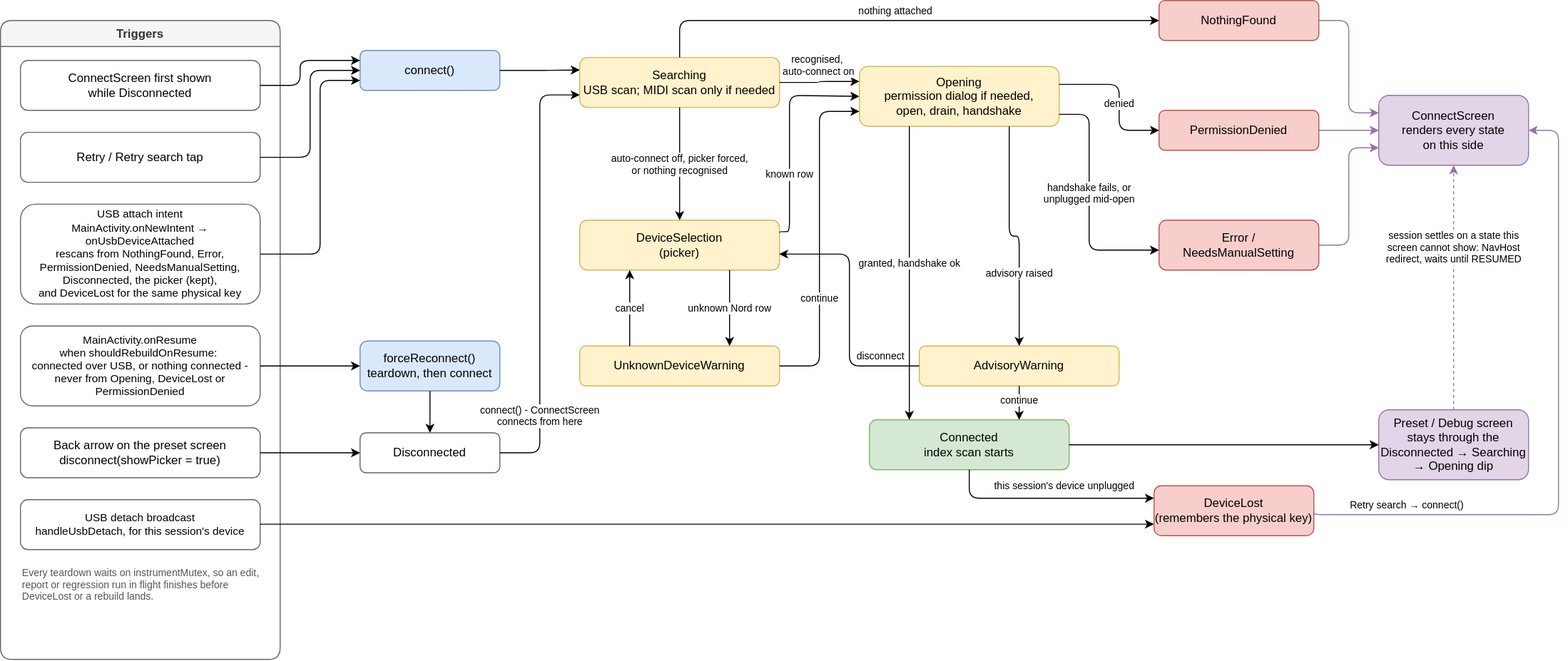
This is docs/usb_session.svg from steinachim/patchpilot, a draw.io export, as it was before one commit. Source tidied: cells renumbered, new cells last; positions are measured from the earlier drawing's top-left corner, leaving out a move shared by most shapes.
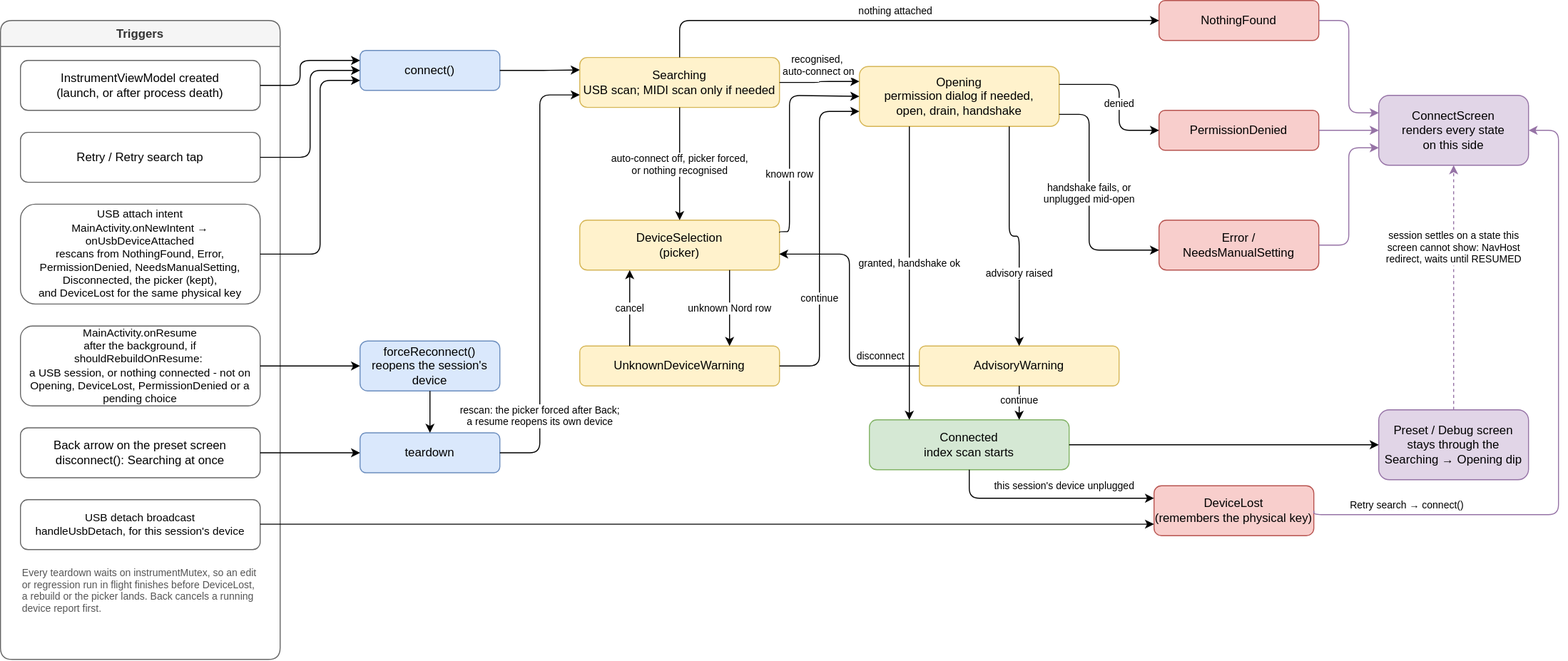
After the change.

The edit, as a diff of the source:
```diff
@@ -5,7 +5,7 @@
     <mxCell id="2" value="Triggers" style="swimlane;fontStyle=1;horizontal=1;startSize=26;fillColor=#f5f5f5;strokeColor=#666666;fontColor=#333333;rounded=1;" parent="1" vertex="1">
       <mxGeometry y="20" width="280" height="640" as="geometry" />
     </mxCell>
-    <mxCell id="3" value="ConnectScreen first shown&#10;while Disconnected" style="rounded=1;whiteSpace=wrap;html=1;fillColor=#ffffff;strokeColor=#666666;" parent="2" vertex="1">
+    <mxCell id="3" value="InstrumentViewModel created&#10;(launch, or after process death)" style="rounded=1;whiteSpace=wrap;html=1;fillColor=#ffffff;strokeColor=#666666;" parent="2" vertex="1">
       <mxGeometry x="20" y="40" width="240" height="50" as="geometry" />
     </mxCell>
     <mxCell id="4" value="Retry / Retry search tap" style="rounded=1;whiteSpace=wrap;html=1;fillColor=#ffffff;strokeColor=#666666;" parent="2" vertex="1">
@@ -14,25 +14,25 @@
     <mxCell id="5" value="USB attach intent&lt;br&gt;MainActivity.onNewIntent → onUsbDeviceAttached&lt;br&gt;rescans from NothingFound, Error, PermissionDenied, NeedsManualSetting, Disconnected, the picker (kept),&lt;br&gt;and DeviceLost for the same physical key" style="rounded=1;whiteSpace=wrap;html=1;fillColor=#ffffff;strokeColor=#666666;fontSize=11;" parent="2" vertex="1">
       <mxGeometry x="20" y="184" width="240" height="100" as="geometry" />
     </mxCell>
-    <mxCell id="6" value="MainActivity.onResume&lt;br&gt;when shouldRebuildOnResume:&amp;nbsp;&lt;div&gt;connected over USB, or nothing connected - never from Opening, DeviceLost or PermissionDenied&lt;/div&gt;" style="rounded=1;whiteSpace=wrap;html=1;fillColor=#ffffff;strokeColor=#666666;fontSize=11;" parent="2" vertex="1">
+    <mxCell id="6" value="MainActivity.onResume&lt;br&gt;after the background, if shouldRebuildOnResume:&amp;nbsp;&lt;div&gt;a USB session, or nothing connected - not on Opening, DeviceLost, PermissionDenied or a pending choice&lt;/div&gt;" style="rounded=1;whiteSpace=wrap;html=1;fillColor=#ffffff;strokeColor=#666666;fontSize=11;" parent="2" vertex="1">
       <mxGeometry x="20" y="306" width="240" height="80" as="geometry" />
     </mxCell>
-    <mxCell id="7" value="Back arrow on the preset screen&#10;disconnect(showPicker = true)" style="rounded=1;whiteSpace=wrap;html=1;fillColor=#ffffff;strokeColor=#666666;" parent="2" vertex="1">
+    <mxCell id="7" value="Back arrow on the preset screen&#10;disconnect(): Searching at once" style="rounded=1;whiteSpace=wrap;html=1;fillColor=#ffffff;strokeColor=#666666;" parent="2" vertex="1">
       <mxGeometry x="20" y="408" width="240" height="50" as="geometry" />
     </mxCell>
     <mxCell id="8" value="USB detach broadcast&#10;handleUsbDetach, for this session's device" style="rounded=1;whiteSpace=wrap;html=1;fillColor=#ffffff;strokeColor=#666666;fontSize=11;" parent="2" vertex="1">
       <mxGeometry x="20" y="480" width="240" height="50" as="geometry" />
     </mxCell>
-    <mxCell id="9" value="Every teardown waits on instrumentMutex, so an edit, report or regression run in flight finishes before DeviceLost or a rebuild lands." style="text;html=1;whiteSpace=wrap;align=left;verticalAlign=top;fontSize=10;fontColor=#555555;" parent="2" vertex="1">
+    <mxCell id="9" value="Every teardown waits on instrumentMutex, so an edit or regression run in flight finishes before DeviceLost, a rebuild or the picker lands. Back cancels a running device report first." style="text;html=1;whiteSpace=wrap;align=left;verticalAlign=top;fontSize=10;fontColor=#555555;" parent="2" vertex="1">
       <mxGeometry x="20" y="541" width="240" height="50" as="geometry" />
     </mxCell>
     <mxCell id="10" value="connect()" style="rounded=1;whiteSpace=wrap;html=1;fillColor=#dae8fc;strokeColor=#6c8ebf;" parent="1" vertex="1">
       <mxGeometry x="360" y="50" width="140" height="40" as="geometry" />
     </mxCell>
-    <mxCell id="11" value="forceReconnect()&#10;teardown, then connect" style="rounded=1;whiteSpace=wrap;html=1;fillColor=#dae8fc;strokeColor=#6c8ebf;" parent="1" vertex="1">
+    <mxCell id="11" value="forceReconnect()&#10;reopens the session's device" style="rounded=1;whiteSpace=wrap;html=1;fillColor=#dae8fc;strokeColor=#6c8ebf;" parent="1" vertex="1">
       <mxGeometry x="360" y="341" width="140" height="50" as="geometry" />
     </mxCell>
-    <mxCell id="12" value="Disconnected" style="rounded=1;whiteSpace=wrap;html=1;fillColor=#ffffff;strokeColor=#666666;" parent="1" vertex="1">
+    <mxCell id="12" value="teardown" style="rounded=1;whiteSpace=wrap;html=1;fillColor=#dae8fc;strokeColor=#6c8ebf;" parent="1" vertex="1">
       <mxGeometry x="360" y="433" width="140" height="40" as="geometry" />
     </mxCell>
     <mxCell id="13" value="Searching&#10;USB scan; MIDI scan only if needed" style="rounded=1;whiteSpace=wrap;html=1;fillColor=#fff2cc;strokeColor=#d6b656;" parent="1" vertex="1">
@@ -68,7 +68,7 @@
     <mxCell id="23" value="ConnectScreen&#10;renders every state&#10;on this side" style="rounded=1;whiteSpace=wrap;html=1;fillColor=#e1d5e7;strokeColor=#9673a6;" parent="1" vertex="1">
       <mxGeometry x="1380" y="95" width="150" height="70" as="geometry" />
     </mxCell>
-    <mxCell id="24" value="Preset / Debug screen&#10;stays through the&#10;Disconnected → Searching&#10;→ Opening dip" style="rounded=1;whiteSpace=wrap;html=1;fillColor=#e1d5e7;strokeColor=#9673a6;" parent="1" vertex="1">
+    <mxCell id="24" value="Preset / Debug screen&#10;stays through the&#10;Searching → Opening dip" style="rounded=1;whiteSpace=wrap;html=1;fillColor=#e1d5e7;strokeColor=#9673a6;" parent="1" vertex="1">
       <mxGeometry x="1380" y="410" width="150" height="70" as="geometry" />
     </mxCell>
     <mxCell id="25" style="edgeStyle=orthogonalEdgeStyle;rounded=1;html=1;exitX=1;exitY=0.5;entryX=0;entryY=0.25;fontSize=10;labelBackgroundColor=#ffffff;entryDx=0;entryDy=0;" parent="1" edge="1" source="3" target="10">
@@ -99,7 +99,7 @@
     <mxCell id="30" style="edgeStyle=orthogonalEdgeStyle;rounded=1;html=1;exitX=0.5;exitY=1;entryX=0.5;entryY=0;fontSize=10;labelBackgroundColor=#ffffff;" parent="1" edge="1" source="11" target="12">
       <mxGeometry relative="1" as="geometry" />
     </mxCell>
-    <mxCell id="31" value="connect() - ConnectScreen&#10;connects from here" style="edgeStyle=orthogonalEdgeStyle;rounded=1;html=1;exitX=1;exitY=0.5;entryX=0;entryY=0.75;fontSize=10;labelBackgroundColor=#ffffff;" parent="1" edge="1" source="12" target="13">
+    <mxCell id="31" value="rescan: the picker forced after Back;&#10;a resume reopens its own device" style="edgeStyle=orthogonalEdgeStyle;rounded=1;html=1;exitX=1;exitY=0.5;entryX=0;entryY=0.75;fontSize=10;labelBackgroundColor=#ffffff;" parent="1" edge="1" source="12" target="13">
       <mxGeometry x="-0.65" relative="1" as="geometry">
         <Array as="points">
           <mxPoint x="540" y="453" />
```
